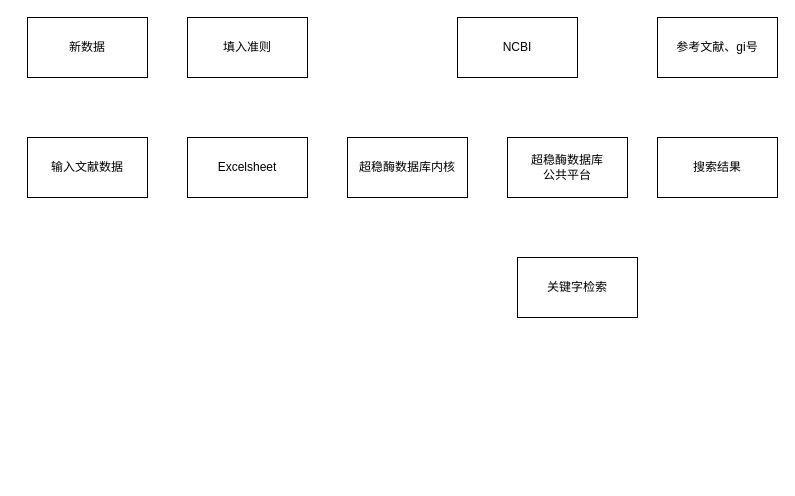
Earlier version of the draw.io diagram 数据库关系.drawio (ciky1210/MachineLearning_Ng). Source tidied: cells renumbered, new cells numbered last; positions are measured from the earlier drawing's top-left corner, leaving out a move shared by most shapes. Both pictures are drawn from the tidied source at 100%, with x=0, y=0 at pixel (27, 17).
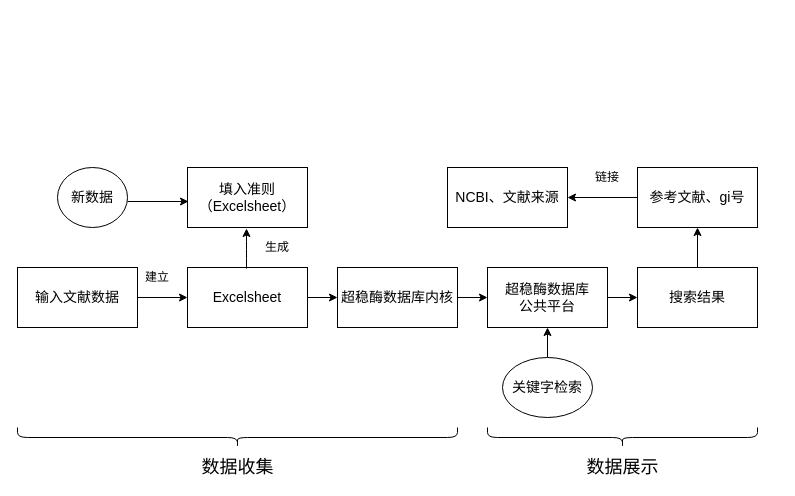
The same page after the edit.

Commit message (it also covers changes not shown here):
Update 数据库关系.drawio

The edit, as a diff of the source:
```diff
@@
-    <mxCell id="2" value="输入文献数据" style="rounded=0;whiteSpace=wrap;html=1;" parent="1" vertex="1">
-      <mxGeometry y="120" width="120" height="60" as="geometry" />
+    <mxCell id="2" value="&lt;font style=&quot;font-size: 14px&quot;&gt;输入文献数据&lt;/font&gt;" style="rounded=0;whiteSpace=wrap;html=1;" parent="1" vertex="1">
+      <mxGeometry x="-10" y="250" width="120" height="60" as="geometry" />
     </mxCell>
-    <mxCell id="3" value="Excelsheet" style="rounded=0;whiteSpace=wrap;html=1;" parent="1" vertex="1">
-      <mxGeometry x="160" y="120" width="120" height="60" as="geometry" />
+    <mxCell id="3" value="&lt;font style=&quot;font-size: 14px&quot;&gt;Excelsheet&lt;/font&gt;" style="rounded=0;whiteSpace=wrap;html=1;" parent="1" vertex="1">
+      <mxGeometry x="160" y="250" width="120" height="60" as="geometry" />
     </mxCell>
-    <mxCell id="4" value="超稳酶数据库内核" style="rounded=0;whiteSpace=wrap;html=1;" parent="1" vertex="1">
-      <mxGeometry x="320" y="120" width="120" height="60" as="geometry" />
+    <mxCell id="4" value="&lt;font style=&quot;font-size: 14px&quot;&gt;超稳酶数据库内核&lt;/font&gt;" style="rounded=0;whiteSpace=wrap;html=1;" parent="1" vertex="1">
+      <mxGeometry x="310" y="250" width="120" height="60" as="geometry" />
     </mxCell>
-    <mxCell id="5" value="超稳酶数据库&lt;br&gt;公共平台" style="rounded=0;whiteSpace=wrap;html=1;" parent="1" vertex="1">
-      <mxGeometry x="480" y="120" width="120" height="60" as="geometry" />
+    <mxCell id="5" value="&lt;font style=&quot;font-size: 14px&quot;&gt;超稳酶数据库&lt;br&gt;公共平台&lt;/font&gt;" style="rounded=0;whiteSpace=wrap;html=1;" parent="1" vertex="1">
+      <mxGeometry x="460" y="250" width="120" height="60" as="geometry" />
     </mxCell>
-    <mxCell id="6" value="搜索结果" style="rounded=0;whiteSpace=wrap;html=1;" parent="1" vertex="1">
-      <mxGeometry x="630" y="120" width="120" height="60" as="geometry" />
+    <mxCell id="6" value="&lt;font style=&quot;font-size: 14px&quot;&gt;搜索结果&lt;/font&gt;" style="rounded=0;whiteSpace=wrap;html=1;" parent="1" vertex="1">
+      <mxGeometry x="610" y="250" width="120" height="60" as="geometry" />
     </mxCell>
-    <mxCell id="7" value="关键字检索" style="rounded=0;whiteSpace=wrap;html=1;" parent="1" vertex="1">
-      <mxGeometry x="490" y="240" width="120" height="60" as="geometry" />
-    </mxCell>
-    <mxCell id="8" value="参考文献、gi号" style="rounded=0;whiteSpace=wrap;html=1;" parent="1" vertex="1">
-      <mxGeometry x="630" width="120" height="60" as="geometry" />
+    <mxCell id="8" value="&lt;font style=&quot;font-size: 14px&quot;&gt;参考文献、gi号&lt;/font&gt;" style="rounded=0;whiteSpace=wrap;html=1;" parent="1" vertex="1">
+      <mxGeometry x="610" y="150" width="120" height="60" as="geometry" />
     </mxCell>
-    <mxCell id="9" value="NCBI" style="rounded=0;whiteSpace=wrap;html=1;" parent="1" vertex="1">
-      <mxGeometry x="430" width="120" height="60" as="geometry" />
+    <mxCell id="9" value="&lt;font style=&quot;font-size: 14px&quot;&gt;NCBI、文献来源&lt;/font&gt;" style="rounded=0;whiteSpace=wrap;html=1;" parent="1" vertex="1">
+      <mxGeometry x="420" y="150" width="120" height="60" as="geometry" />
     </mxCell>
-    <mxCell id="10" value="填入准则" style="rounded=0;whiteSpace=wrap;html=1;" parent="1" vertex="1">
-      <mxGeometry x="160" width="120" height="60" as="geometry" />
+    <mxCell id="10" value="&lt;font style=&quot;font-size: 14px&quot;&gt;填入准则&lt;br&gt;（Excelsheet）&lt;/font&gt;" style="rounded=0;whiteSpace=wrap;html=1;" parent="1" vertex="1">
+      <mxGeometry x="160" y="150" width="120" height="60" as="geometry" />
     </mxCell>
+    <mxCell id="12" style="endArrow=classic;html=1;" parent="1" edge="1">
+      <mxGeometry relative="1" as="geometry">
+        <mxPoint x="110" y="280" as="sourcePoint" />
+        <mxPoint x="160" y="280" as="targetPoint" />
+      </mxGeometry>
+    </mxCell>
+    <mxCell id="13" value="建立" style="text;html=1;strokeColor=none;fillColor=none;align=center;verticalAlign=middle;whiteSpace=wrap;rounded=0;" parent="1" vertex="1">
+      <mxGeometry x="110" y="250" width="40" height="20" as="geometry" />
+    </mxCell>
+    <mxCell id="14" style="endArrow=classic;html=1;" parent="1" edge="1">
+      <mxGeometry relative="1" as="geometry">
+        <mxPoint x="219" y="251" as="sourcePoint" />
+        <mxPoint x="219" y="211" as="targetPoint" />
+        <Array as="points">
+          <mxPoint x="219" y="231" />
+        </Array>
+      </mxGeometry>
+    </mxCell>
+    <mxCell id="15" value="生成" style="text;html=1;strokeColor=none;fillColor=none;align=center;verticalAlign=middle;whiteSpace=wrap;rounded=0;" parent="1" vertex="1">
+      <mxGeometry x="230" y="220" width="40" height="20" as="geometry" />
+    </mxCell>
-    <mxCell id="11" value="新数据" style="rounded=0;whiteSpace=wrap;html=1;" parent="1" vertex="1">
-      <mxGeometry width="120" height="60" as="geometry" />
+    <mxCell id="11" value="&lt;font style=&quot;font-size: 14px&quot;&gt;新数据&lt;/font&gt;" style="ellipse;whiteSpace=wrap;html=1;" parent="1" vertex="1">
+      <mxGeometry x="30" y="150" width="70" height="60" as="geometry" />
     </mxCell>
+    <mxCell id="16" style="endArrow=classic;html=1;" parent="1" edge="1">
+      <mxGeometry relative="1" as="geometry">
+        <mxPoint x="100" y="184" as="sourcePoint" />
+        <mxPoint x="161" y="184" as="targetPoint" />
+      </mxGeometry>
+    </mxCell>
+    <mxCell id="17" style="endArrow=classic;html=1;exitX=1;exitY=0.5;exitDx=0;exitDy=0;entryX=0;entryY=0.5;entryDx=0;entryDy=0;" parent="1" edge="1" source="4" target="5">
+      <mxGeometry relative="1" as="geometry" />
+    </mxCell>
+    <mxCell id="18" style="endArrow=classic;html=1;exitX=1;exitY=0.5;exitDx=0;exitDy=0;" parent="1" edge="1" source="3" target="4">
+      <mxGeometry relative="1" as="geometry" />
+    </mxCell>
+    <mxCell id="7" value="&lt;font style=&quot;font-size: 14px&quot;&gt;关键字检索&lt;/font&gt;" style="ellipse;whiteSpace=wrap;html=1;" parent="1" vertex="1">
+      <mxGeometry x="475" y="340" width="90" height="60" as="geometry" />
+    </mxCell>
+    <mxCell id="19" style="endArrow=classic;html=1;exitX=0.5;exitY=0;exitDx=0;exitDy=0;" parent="1" edge="1" source="7" target="5">
+      <mxGeometry relative="1" as="geometry" />
+    </mxCell>
+    <mxCell id="20" style="endArrow=classic;html=1;exitX=1;exitY=0.5;exitDx=0;exitDy=0;" parent="1" edge="1" source="5" target="6">
+      <mxGeometry relative="1" as="geometry" />
+    </mxCell>
+    <mxCell id="21" style="endArrow=classic;html=1;exitX=0.5;exitY=0;exitDx=0;exitDy=0;" parent="1" edge="1" source="6" target="8">
+      <mxGeometry relative="1" as="geometry" />
+    </mxCell>
+    <mxCell id="22" style="endArrow=classic;html=1;exitX=0;exitY=0.5;exitDx=0;exitDy=0;entryX=1;entryY=0.5;entryDx=0;entryDy=0;" parent="1" edge="1" source="8" target="9">
+      <mxGeometry relative="1" as="geometry" />
+    </mxCell>
+    <mxCell id="23" value="链接" style="text;html=1;strokeColor=none;fillColor=none;align=center;verticalAlign=middle;whiteSpace=wrap;rounded=0;" parent="1" vertex="1">
+      <mxGeometry x="560" y="150" width="40" height="20" as="geometry" />
+    </mxCell>
+    <mxCell id="24" style="shape=curlyBracket;whiteSpace=wrap;html=1;rounded=1;rotation=-90;" parent="1" vertex="1">
+      <mxGeometry x="200" y="200" width="20" height="440" as="geometry" />
+    </mxCell>
+    <mxCell id="25" style="shape=curlyBracket;whiteSpace=wrap;html=1;rounded=1;rotation=-90;" parent="1" vertex="1">
+      <mxGeometry x="585" y="285" width="20" height="270" as="geometry" />
+    </mxCell>
+    <mxCell id="26" value="&lt;font style=&quot;font-size: 18px&quot;&gt;数据收集&lt;/font&gt;" style="text;html=1;strokeColor=none;fillColor=none;align=center;verticalAlign=middle;whiteSpace=wrap;rounded=0;" parent="1" vertex="1">
+      <mxGeometry x="167.5" y="440" width="85" height="20" as="geometry" />
+    </mxCell>
+    <mxCell id="27" value="&lt;font style=&quot;font-size: 18px&quot;&gt;数据展示&lt;/font&gt;" style="text;html=1;strokeColor=none;fillColor=none;align=center;verticalAlign=middle;whiteSpace=wrap;rounded=0;" parent="1" vertex="1">
+      <mxGeometry x="552.5" y="440" width="85" height="20" as="geometry" />
+    </mxCell>
```
